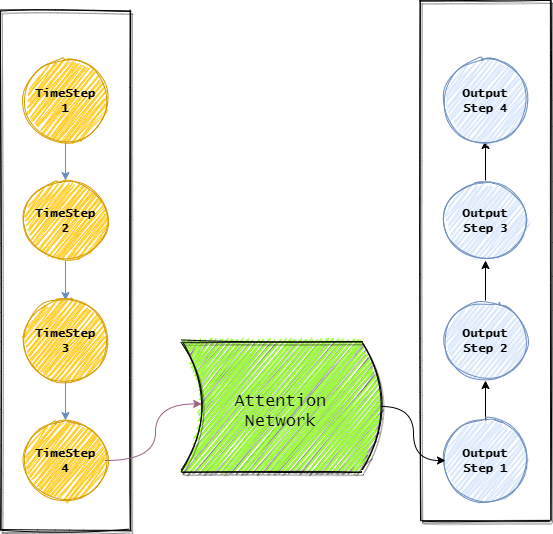
rajy4683/EVAP2 keeps this draw.io diagram as Untitled Diagram.png. Above is the earlier version. Source tidied: cells renumbered, new cells last; positions are measured from the earlier drawing's top-left corner, leaving out a move shared by most shapes. Its diagram source:
```xml
<mxGraphModel>
  <root>
    <mxCell id="0" />
    <mxCell id="1" parent="0" />
    <mxCell id="2" style="rounded=0;whiteSpace=wrap;html=1;shadow=1;sketch=1;fillStyle=solid;" parent="1" vertex="1">
      <mxGeometry x="420" width="130" height="520" as="geometry" />
    </mxCell>
    <mxCell id="3" style="rounded=0;whiteSpace=wrap;html=1;shadow=1;sketch=1;fillStyle=solid;" parent="1" vertex="1">
      <mxGeometry y="10" width="130" height="520" as="geometry" />
    </mxCell>
    <mxCell id="4" style="edgeStyle=orthogonalEdgeStyle;rounded=0;jettySize=auto;html=1;gradientColor=#7ea6e0;fillColor=#dae8fc;strokeColor=#6c8ebf;" parent="1" edge="1" source="15" target="18">
      <mxGeometry relative="1" as="geometry" />
    </mxCell>
    <mxCell id="5" style="edgeStyle=orthogonalEdgeStyle;rounded=0;jettySize=auto;html=1;gradientColor=#7ea6e0;fillColor=#dae8fc;strokeColor=#6c8ebf;" parent="1" edge="1" source="21" target="24">
      <mxGeometry relative="1" as="geometry" />
    </mxCell>
    <mxCell id="6" style="edgeStyle=orthogonalEdgeStyle;rounded=0;jettySize=auto;html=1;gradientColor=#7ea6e0;fillColor=#dae8fc;strokeColor=#6c8ebf;" parent="1" edge="1" source="18" target="21">
      <mxGeometry relative="1" as="geometry" />
    </mxCell>
    <mxCell id="7" style="edgeStyle=orthogonalEdgeStyle;rounded=0;jettySize=auto;html=1;" parent="1" edge="1" target="x">
      <mxGeometry relative="1" as="geometry">
        <mxPoint x="525" y="40" as="sourcePoint" />
      </mxGeometry>
    </mxCell>
    <mxCell id="8" style="edgeStyle=orthogonalEdgeStyle;rounded=0;jettySize=auto;html=1;" parent="1" edge="1" source="27" target="30">
      <mxGeometry relative="1" as="geometry" />
    </mxCell>
    <mxCell id="9" style="edgeStyle=orthogonalEdgeStyle;rounded=0;jettySize=auto;html=1;" parent="1" edge="1" source="33" target="36">
      <mxGeometry relative="1" as="geometry" />
    </mxCell>
    <mxCell id="10" style="edgeStyle=orthogonalEdgeStyle;rounded=0;jettySize=auto;html=1;" parent="1" edge="1" source="30" target="33">
      <mxGeometry relative="1" as="geometry" />
    </mxCell>
    <mxCell id="11" style="group;fillColor=#ffffff;rotation=-180;" parent="1" vertex="1">
      <mxGeometry x="185" y="370" width="200" height="130" as="geometry" />
    </mxCell>
    <mxCell id="12" style="shape=dataStorage;whiteSpace=wrap;html=1;fixedSize=1;shadow=1;sketch=1;strokeColor=#000000;fillColor=#99FF33;gradientColor=none;fillStyle=zigzag;rotation=-180;" parent="11" vertex="1">
      <mxGeometry x="-4" y="-29" width="200" height="130" as="geometry" />
    </mxCell>
    <mxCell id="13" value="&lt;font style=&quot;font-size: 17px&quot; face=&quot;Lucida Console&quot;&gt;Attention Network&lt;/font&gt;" style="text;html=1;strokeColor=none;fillColor=none;align=center;verticalAlign=middle;whiteSpace=wrap;rounded=0;shadow=1;sketch=1;rotation=0;" parent="11" vertex="1">
      <mxGeometry x="31" y="14" width="129.4" height="54.2" as="geometry" />
    </mxCell>
    <mxCell id="14" style="group;" parent="1" vertex="1">
      <mxGeometry x="25" y="60" width="80" height="80" as="geometry" />
    </mxCell>
    <mxCell id="15" style="ellipse;whiteSpace=wrap;html=1;fillColor=#ffcd28;strokeColor=#d79b00;sketch=1;fillStyle=zigzag;gradientColor=#ffa500;gradientDirection=west;" parent="14" vertex="1">
      <mxGeometry width="80" height="80" as="geometry" />
    </mxCell>
    <mxCell id="16" value="&lt;font face=&quot;Lucida Console&quot;&gt;&lt;b&gt;TimeStep 1&lt;/b&gt;&lt;/font&gt;" style="text;html=1;strokeColor=none;fillColor=none;align=center;verticalAlign=middle;whiteSpace=wrap;rounded=0;shadow=1;sketch=1;" parent="14" vertex="1">
      <mxGeometry x="5" y="30" width="70" height="20" as="geometry" />
    </mxCell>
    <mxCell id="17" style="group;" parent="1" vertex="1">
      <mxGeometry x="25" y="180" width="80" height="80" as="geometry" />
    </mxCell>
    <mxCell id="18" style="ellipse;whiteSpace=wrap;html=1;fillColor=#ffcd28;strokeColor=#d79b00;sketch=1;fillStyle=zigzag;gradientColor=#ffa500;gradientDirection=west;" parent="17" vertex="1">
      <mxGeometry width="80" height="80" as="geometry" />
    </mxCell>
    <mxCell id="19" value="&lt;font face=&quot;Lucida Console&quot;&gt;&lt;b&gt;TimeStep 2&lt;/b&gt;&lt;/font&gt;" style="text;html=1;strokeColor=none;fillColor=none;align=center;verticalAlign=middle;whiteSpace=wrap;rounded=0;shadow=1;sketch=1;" parent="17" vertex="1">
      <mxGeometry x="5" y="30" width="70" height="20" as="geometry" />
    </mxCell>
    <mxCell id="20" style="group;" parent="1" vertex="1">
      <mxGeometry x="25" y="300" width="80" height="80" as="geometry" />
    </mxCell>
    <mxCell id="21" style="ellipse;whiteSpace=wrap;html=1;fillColor=#ffcd28;strokeColor=#d79b00;sketch=1;fillStyle=zigzag;gradientColor=#ffa500;gradientDirection=west;" parent="20" vertex="1">
      <mxGeometry width="80" height="80" as="geometry" />
    </mxCell>
    <mxCell id="22" value="&lt;font face=&quot;Lucida Console&quot;&gt;&lt;b&gt;TimeStep 3&lt;/b&gt;&lt;/font&gt;" style="text;html=1;strokeColor=none;fillColor=none;align=center;verticalAlign=middle;whiteSpace=wrap;rounded=0;shadow=1;sketch=1;" parent="20" vertex="1">
      <mxGeometry x="5" y="30" width="70" height="20" as="geometry" />
    </mxCell>
    <mxCell id="23" style="group;" parent="1" vertex="1">
      <mxGeometry x="25" y="420" width="80" height="80" as="geometry" />
    </mxCell>
    <mxCell id="24" style="ellipse;whiteSpace=wrap;html=1;fillColor=#ffcd28;strokeColor=#d79b00;sketch=1;fillStyle=zigzag;gradientColor=#ffa500;gradientDirection=west;" parent="23" vertex="1">
      <mxGeometry width="80" height="80" as="geometry" />
    </mxCell>
    <mxCell id="25" value="&lt;b&gt;&lt;font face=&quot;Lucida Console&quot;&gt;TimeStep 4&lt;/font&gt;&lt;/b&gt;" style="text;html=1;strokeColor=none;fillColor=none;align=center;verticalAlign=middle;whiteSpace=wrap;rounded=0;shadow=1;sketch=1;" parent="23" vertex="1">
      <mxGeometry x="5" y="30" width="70" height="20" as="geometry" />
    </mxCell>
    <mxCell id="26" style="group;" parent="1" vertex="1">
      <mxGeometry x="445" y="420" width="80" height="80" as="geometry" />
    </mxCell>
    <mxCell id="27" style="ellipse;whiteSpace=wrap;html=1;fillColor=#dae8fc;sketch=1;fillStyle=zigzag;gradientColor=#7ea6e0;strokeColor=#6c8ebf;" parent="26" vertex="1">
      <mxGeometry width="80" height="80" as="geometry" />
    </mxCell>
    <mxCell id="28" value="&lt;font face=&quot;Lucida Console&quot;&gt;&lt;b&gt;Output Step 1&lt;/b&gt;&lt;/font&gt;" style="text;html=1;strokeColor=none;fillColor=none;align=center;verticalAlign=middle;whiteSpace=wrap;rounded=0;shadow=1;sketch=1;" parent="26" vertex="1">
      <mxGeometry x="20" y="30" width="40" height="20" as="geometry" />
    </mxCell>
    <mxCell id="29" style="group;" parent="1" vertex="1">
      <mxGeometry x="445" y="300" width="80" height="80" as="geometry" />
    </mxCell>
    <mxCell id="30" style="ellipse;whiteSpace=wrap;html=1;fillColor=#dae8fc;sketch=1;fillStyle=zigzag;gradientColor=#7ea6e0;strokeColor=#6c8ebf;" parent="29" vertex="1">
      <mxGeometry width="80" height="80" as="geometry" />
    </mxCell>
    <mxCell id="31" value="&lt;font face=&quot;Lucida Console&quot;&gt;&lt;b&gt;Output Step 2&lt;/b&gt;&lt;/font&gt;" style="text;html=1;strokeColor=none;fillColor=none;align=center;verticalAlign=middle;whiteSpace=wrap;rounded=0;shadow=1;sketch=1;" parent="29" vertex="1">
      <mxGeometry x="20" y="30" width="40" height="20" as="geometry" />
    </mxCell>
    <mxCell id="32" style="group;" parent="1" vertex="1">
      <mxGeometry x="445" y="180" width="80" height="80" as="geometry" />
    </mxCell>
    <mxCell id="33" style="ellipse;whiteSpace=wrap;html=1;fillColor=#dae8fc;sketch=1;fillStyle=zigzag;gradientColor=#7ea6e0;strokeColor=#6c8ebf;" parent="32" vertex="1">
      <mxGeometry width="80" height="80" as="geometry" />
    </mxCell>
    <mxCell id="34" value="&lt;font face=&quot;Lucida Console&quot;&gt;&lt;b&gt;Output Step 3&lt;/b&gt;&lt;/font&gt;" style="text;html=1;strokeColor=none;fillColor=none;align=center;verticalAlign=middle;whiteSpace=wrap;rounded=0;shadow=1;sketch=1;" parent="32" vertex="1">
      <mxGeometry x="30" y="30" width="20" height="20" as="geometry" />
    </mxCell>
    <mxCell id="35" style="group;" parent="1" vertex="1">
      <mxGeometry x="445" y="60" width="80" height="80" as="geometry" />
    </mxCell>
    <mxCell id="36" style="ellipse;whiteSpace=wrap;html=1;fillColor=#dae8fc;sketch=1;fillStyle=zigzag;gradientColor=#7ea6e0;strokeColor=#6c8ebf;" parent="35" vertex="1">
      <mxGeometry width="80" height="80" as="geometry" />
    </mxCell>
    <mxCell id="37" value="&lt;font face=&quot;Lucida Console&quot;&gt;&lt;b&gt;Output Step 4&lt;/b&gt;&lt;/font&gt;" style="text;html=1;strokeColor=none;fillColor=none;align=center;verticalAlign=middle;whiteSpace=wrap;rounded=0;shadow=1;sketch=1;" parent="35" vertex="1">
      <mxGeometry x="30" y="30" width="20" height="20" as="geometry" />
    </mxCell>
    <mxCell id="38" style="edgeStyle=orthogonalEdgeStyle;jettySize=auto;html=1;entryX=0.899;entryY=0.52;entryDx=0;entryDy=0;curved=1;entryPerimeter=0;gradientColor=#d5739d;fillColor=#e6d0de;strokeColor=#996185;" parent="1" edge="1" source="24" target="12">
      <mxGeometry relative="1" as="geometry">
        <Array as="points">
          <mxPoint x="155" y="460" />
          <mxPoint x="155" y="403" />
        </Array>
      </mxGeometry>
    </mxCell>
    <mxCell id="39" style="edgeStyle=orthogonalEdgeStyle;curved=1;jettySize=auto;html=1;entryX=0;entryY=0.5;entryDx=0;entryDy=0;" parent="1" edge="1" source="12" target="27">
      <mxGeometry relative="1" as="geometry" />
    </mxCell>
  </root>
</mxGraphModel>
```
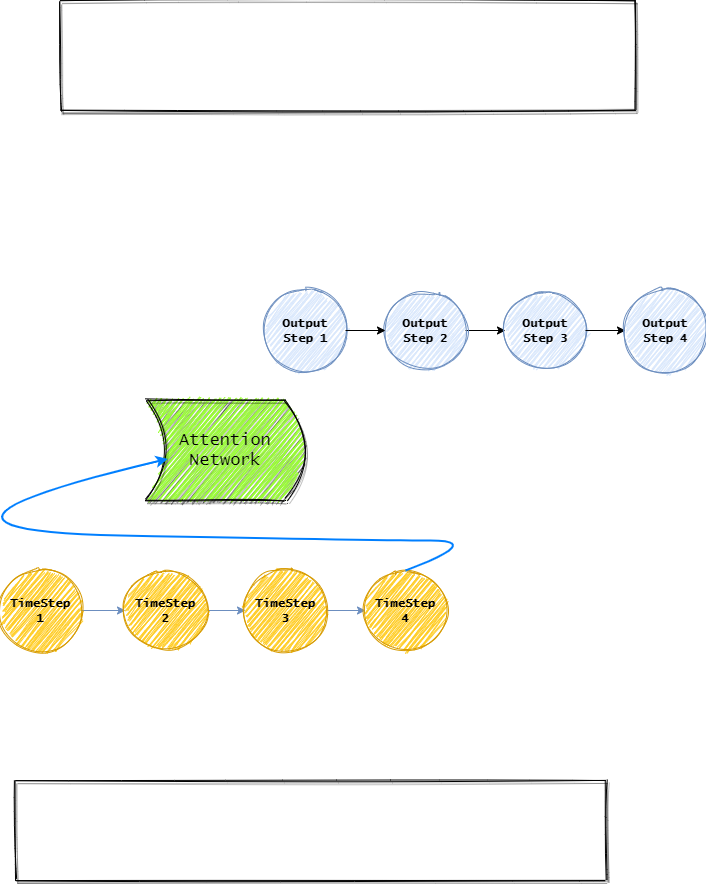
After the commit.

What changed in the source:
```diff
@@ -3,10 +3,10 @@
     <mxCell id="0" />
     <mxCell id="1" parent="0" />
     <mxCell id="2" style="rounded=0;whiteSpace=wrap;html=1;shadow=1;sketch=1;fillStyle=solid;" parent="1" vertex="1">
-      <mxGeometry x="420" width="130" height="520" as="geometry" />
+      <mxGeometry x="-45" y="680" width="590" height="100" as="geometry" />
     </mxCell>
     <mxCell id="3" style="rounded=0;whiteSpace=wrap;html=1;shadow=1;sketch=1;fillStyle=solid;" parent="1" vertex="1">
-      <mxGeometry y="10" width="130" height="520" as="geometry" />
+      <mxGeometry y="-100" width="575" height="110" as="geometry" />
     </mxCell>
     <mxCell id="4" style="edgeStyle=orthogonalEdgeStyle;rounded=0;jettySize=auto;html=1;gradientColor=#7ea6e0;fillColor=#dae8fc;strokeColor=#6c8ebf;" parent="1" edge="1" source="15" target="18">
       <mxGeometry relative="1" as="geometry" />
@@ -17,31 +17,19 @@
     <mxCell id="6" style="edgeStyle=orthogonalEdgeStyle;rounded=0;jettySize=auto;html=1;gradientColor=#7ea6e0;fillColor=#dae8fc;strokeColor=#6c8ebf;" parent="1" edge="1" source="18" target="21">
       <mxGeometry relative="1" as="geometry" />
     </mxCell>
-    <mxCell id="7" style="edgeStyle=orthogonalEdgeStyle;rounded=0;jettySize=auto;html=1;" parent="1" edge="1" target="x">
+    <mxCell id="7" style="edgeStyle=orthogonalEdgeStyle;rounded=0;orthogonalLoop=1;jettySize=auto;html=1;" parent="1" edge="1">
       <mxGeometry relative="1" as="geometry">
         <mxPoint x="525" y="40" as="sourcePoint" />
       </mxGeometry>
     </mxCell>
-    <mxCell id="8" style="edgeStyle=orthogonalEdgeStyle;rounded=0;jettySize=auto;html=1;" parent="1" edge="1" source="27" target="30">
-      <mxGeometry relative="1" as="geometry" />
-    </mxCell>
-    <mxCell id="9" style="edgeStyle=orthogonalEdgeStyle;rounded=0;jettySize=auto;html=1;" parent="1" edge="1" source="33" target="36">
-      <mxGeometry relative="1" as="geometry" />
-    </mxCell>
-    <mxCell id="10" style="edgeStyle=orthogonalEdgeStyle;rounded=0;jettySize=auto;html=1;" parent="1" edge="1" source="30" target="33">
-      <mxGeometry relative="1" as="geometry" />
-    </mxCell>
     <mxCell id="11" style="group;fillColor=#ffffff;rotation=-180;" parent="1" vertex="1">
-      <mxGeometry x="185" y="370" width="200" height="130" as="geometry" />
+      <mxGeometry x="-5" y="350" width="250" height="100" as="geometry" />
     </mxCell>
     <mxCell id="12" style="shape=dataStorage;whiteSpace=wrap;html=1;fixedSize=1;shadow=1;sketch=1;strokeColor=#000000;fillColor=#99FF33;gradientColor=none;fillStyle=zigzag;rotation=-180;" parent="11" vertex="1">
-      <mxGeometry x="-4" y="-29" width="200" height="130" as="geometry" />
+      <mxGeometry x="90" y="-50" width="160" height="100" as="geometry" />
     </mxCell>
-    <mxCell id="13" value="&lt;font style=&quot;font-size: 17px&quot; face=&quot;Lucida Console&quot;&gt;Attention Network&lt;/font&gt;" style="text;html=1;strokeColor=none;fillColor=none;align=center;verticalAlign=middle;whiteSpace=wrap;rounded=0;shadow=1;sketch=1;rotation=0;" parent="11" vertex="1">
-      <mxGeometry x="31" y="14" width="129.4" height="54.2" as="geometry" />
-    </mxCell>
     <mxCell id="14" style="group;" parent="1" vertex="1">
-      <mxGeometry x="25" y="60" width="80" height="80" as="geometry" />
+      <mxGeometry x="-60" y="470" width="80" height="80" as="geometry" />
     </mxCell>
     <mxCell id="15" style="ellipse;whiteSpace=wrap;html=1;fillColor=#ffcd28;strokeColor=#d79b00;sketch=1;fillStyle=zigzag;gradientColor=#ffa500;gradientDirection=west;" parent="14" vertex="1">
       <mxGeometry width="80" height="80" as="geometry" />
@@ -50,7 +38,7 @@
       <mxGeometry x="5" y="30" width="70" height="20" as="geometry" />
     </mxCell>
     <mxCell id="17" style="group;" parent="1" vertex="1">
-      <mxGeometry x="25" y="180" width="80" height="80" as="geometry" />
+      <mxGeometry x="65" y="470" width="80" height="80" as="geometry" />
     </mxCell>
     <mxCell id="18" style="ellipse;whiteSpace=wrap;html=1;fillColor=#ffcd28;strokeColor=#d79b00;sketch=1;fillStyle=zigzag;gradientColor=#ffa500;gradientDirection=west;" parent="17" vertex="1">
       <mxGeometry width="80" height="80" as="geometry" />
@@ -59,7 +47,7 @@
       <mxGeometry x="5" y="30" width="70" height="20" as="geometry" />
     </mxCell>
     <mxCell id="20" style="group;" parent="1" vertex="1">
-      <mxGeometry x="25" y="300" width="80" height="80" as="geometry" />
+      <mxGeometry x="185" y="470" width="80" height="80" as="geometry" />
     </mxCell>
     <mxCell id="21" style="ellipse;whiteSpace=wrap;html=1;fillColor=#ffcd28;strokeColor=#d79b00;sketch=1;fillStyle=zigzag;gradientColor=#ffa500;gradientDirection=west;" parent="20" vertex="1">
       <mxGeometry width="80" height="80" as="geometry" />
@@ -68,7 +56,7 @@
       <mxGeometry x="5" y="30" width="70" height="20" as="geometry" />
     </mxCell>
     <mxCell id="23" style="group;" parent="1" vertex="1">
-      <mxGeometry x="25" y="420" width="80" height="80" as="geometry" />
+      <mxGeometry x="305" y="470" width="80" height="80" as="geometry" />
     </mxCell>
     <mxCell id="24" style="ellipse;whiteSpace=wrap;html=1;fillColor=#ffcd28;strokeColor=#d79b00;sketch=1;fillStyle=zigzag;gradientColor=#ffa500;gradientDirection=west;" parent="23" vertex="1">
       <mxGeometry width="80" height="80" as="geometry" />
@@ -76,8 +64,14 @@
     <mxCell id="25" value="&lt;b&gt;&lt;font face=&quot;Lucida Console&quot;&gt;TimeStep 4&lt;/font&gt;&lt;/b&gt;" style="text;html=1;strokeColor=none;fillColor=none;align=center;verticalAlign=middle;whiteSpace=wrap;rounded=0;shadow=1;sketch=1;" parent="23" vertex="1">
       <mxGeometry x="5" y="30" width="70" height="20" as="geometry" />
     </mxCell>
+    <mxCell id="35" style="group;" parent="1" vertex="1">
+      <mxGeometry x="445" y="140" width="170" height="140" as="geometry" />
+    </mxCell>
+    <mxCell id="10" style="edgeStyle=orthogonalEdgeStyle;rounded=0;jettySize=auto;html=1;" parent="35" edge="1" source="30" target="33">
+      <mxGeometry relative="1" as="geometry" />
+    </mxCell>
-    <mxCell id="26" style="group;" parent="1" vertex="1">
-      <mxGeometry x="445" y="420" width="80" height="80" as="geometry" />
+    <mxCell id="26" style="group;" parent="35" vertex="1">
+      <mxGeometry x="-240" y="50" width="80" height="80" as="geometry" />
     </mxCell>
     <mxCell id="27" style="ellipse;whiteSpace=wrap;html=1;fillColor=#dae8fc;sketch=1;fillStyle=zigzag;gradientColor=#7ea6e0;strokeColor=#6c8ebf;" parent="26" vertex="1">
       <mxGeometry width="80" height="80" as="geometry" />
@@ -85,8 +79,8 @@
     <mxCell id="28" value="&lt;font face=&quot;Lucida Console&quot;&gt;&lt;b&gt;Output Step 1&lt;/b&gt;&lt;/font&gt;" style="text;html=1;strokeColor=none;fillColor=none;align=center;verticalAlign=middle;whiteSpace=wrap;rounded=0;shadow=1;sketch=1;" parent="26" vertex="1">
       <mxGeometry x="20" y="30" width="40" height="20" as="geometry" />
     </mxCell>
-    <mxCell id="29" style="group;" parent="1" vertex="1">
-      <mxGeometry x="445" y="300" width="80" height="80" as="geometry" />
+    <mxCell id="29" style="group;" parent="35" vertex="1">
+      <mxGeometry x="-120" y="50" width="80" height="80" as="geometry" />
     </mxCell>
     <mxCell id="30" style="ellipse;whiteSpace=wrap;html=1;fillColor=#dae8fc;sketch=1;fillStyle=zigzag;gradientColor=#7ea6e0;strokeColor=#6c8ebf;" parent="29" vertex="1">
       <mxGeometry width="80" height="80" as="geometry" />
@@ -94,8 +88,11 @@
     <mxCell id="31" value="&lt;font face=&quot;Lucida Console&quot;&gt;&lt;b&gt;Output Step 2&lt;/b&gt;&lt;/font&gt;" style="text;html=1;strokeColor=none;fillColor=none;align=center;verticalAlign=middle;whiteSpace=wrap;rounded=0;shadow=1;sketch=1;" parent="29" vertex="1">
       <mxGeometry x="20" y="30" width="40" height="20" as="geometry" />
     </mxCell>
+    <mxCell id="8" style="edgeStyle=orthogonalEdgeStyle;rounded=0;jettySize=auto;html=1;" parent="35" edge="1" source="27" target="30">
+      <mxGeometry relative="1" as="geometry" />
+    </mxCell>
-    <mxCell id="32" style="group;" parent="1" vertex="1">
-      <mxGeometry x="445" y="180" width="80" height="80" as="geometry" />
+    <mxCell id="32" style="group;" parent="35" vertex="1">
+      <mxGeometry y="50" width="80" height="80" as="geometry" />
     </mxCell>
     <mxCell id="33" style="ellipse;whiteSpace=wrap;html=1;fillColor=#dae8fc;sketch=1;fillStyle=zigzag;gradientColor=#7ea6e0;strokeColor=#6c8ebf;" parent="32" vertex="1">
       <mxGeometry width="80" height="80" as="geometry" />
@@ -103,25 +100,30 @@
     <mxCell id="34" value="&lt;font face=&quot;Lucida Console&quot;&gt;&lt;b&gt;Output Step 3&lt;/b&gt;&lt;/font&gt;" style="text;html=1;strokeColor=none;fillColor=none;align=center;verticalAlign=middle;whiteSpace=wrap;rounded=0;shadow=1;sketch=1;" parent="32" vertex="1">
       <mxGeometry x="30" y="30" width="20" height="20" as="geometry" />
     </mxCell>
-    <mxCell id="35" style="group;" parent="1" vertex="1">
-      <mxGeometry x="445" y="60" width="80" height="80" as="geometry" />
-    </mxCell>
+    <mxCell id="9" style="edgeStyle=orthogonalEdgeStyle;rounded=0;jettySize=auto;html=1;" parent="35" edge="1" source="33" target="36">
+      <mxGeometry relative="1" as="geometry" />
+    </mxCell>
+    <mxCell id="40" style="group;" parent="35" vertex="1">
+      <mxGeometry x="120" y="50" width="80" height="80" as="geometry" />
+    </mxCell>
-    <mxCell id="36" style="ellipse;whiteSpace=wrap;html=1;fillColor=#dae8fc;sketch=1;fillStyle=zigzag;gradientColor=#7ea6e0;strokeColor=#6c8ebf;" parent="35" vertex="1">
+    <mxCell id="36" style="ellipse;whiteSpace=wrap;html=1;fillColor=#dae8fc;sketch=1;fillStyle=zigzag;gradientColor=#7ea6e0;strokeColor=#6c8ebf;" parent="40" vertex="1">
       <mxGeometry width="80" height="80" as="geometry" />
     </mxCell>
-    <mxCell id="37" value="&lt;font face=&quot;Lucida Console&quot;&gt;&lt;b&gt;Output Step 4&lt;/b&gt;&lt;/font&gt;" style="text;html=1;strokeColor=none;fillColor=none;align=center;verticalAlign=middle;whiteSpace=wrap;rounded=0;shadow=1;sketch=1;" parent="35" vertex="1">
+    <mxCell id="37" value="&lt;font face=&quot;Lucida Console&quot;&gt;&lt;b&gt;Output Step 4&lt;/b&gt;&lt;/font&gt;" style="text;html=1;strokeColor=none;fillColor=none;align=center;verticalAlign=middle;whiteSpace=wrap;rounded=0;shadow=1;sketch=1;" parent="40" vertex="1">
       <mxGeometry x="30" y="30" width="20" height="20" as="geometry" />
     </mxCell>
-    <mxCell id="38" style="edgeStyle=orthogonalEdgeStyle;jettySize=auto;html=1;entryX=0.899;entryY=0.52;entryDx=0;entryDy=0;curved=1;entryPerimeter=0;gradientColor=#d5739d;fillColor=#e6d0de;strokeColor=#996185;" parent="1" edge="1" source="24" target="12">
-      <mxGeometry relative="1" as="geometry">
-        <Array as="points">
-          <mxPoint x="155" y="460" />
-          <mxPoint x="155" y="403" />
-        </Array>
-      </mxGeometry>
-    </mxCell>
-    <mxCell id="39" style="edgeStyle=orthogonalEdgeStyle;curved=1;jettySize=auto;html=1;entryX=0;entryY=0.5;entryDx=0;entryDy=0;" parent="1" edge="1" source="12" target="27">
-      <mxGeometry relative="1" as="geometry" />
-    </mxCell>
+    <mxCell id="41" style="curved=1;endArrow=classic;html=1;fillColor=#dae8fc;entryX=0.861;entryY=0.416;entryDx=0;entryDy=0;entryPerimeter=0;strokeWidth=2;strokeColor=#007FFF;" parent="1" edge="1" target="12">
+      <mxGeometry relative="1" as="geometry">
+        <mxPoint x="345" y="470" as="sourcePoint" />
+        <Array as="points">
+          <mxPoint x="425" y="440" />
+          <mxPoint x="315" y="440" />
+          <mxPoint x="-195" y="430" />
+        </Array>
+      </mxGeometry>
+    </mxCell>
+    <mxCell id="13" value="&lt;font style=&quot;font-size: 17px&quot; face=&quot;Lucida Console&quot;&gt;Attention Network&lt;/font&gt;" style="text;html=1;strokeColor=none;fillColor=none;align=center;verticalAlign=middle;whiteSpace=wrap;rounded=0;shadow=1;sketch=1;rotation=0;" parent="1" vertex="1">
+      <mxGeometry x="113.2" y="329.2" width="103.5" height="41.7" as="geometry" />
+    </mxCell>
   </root>
 </mxGraphModel>
```
